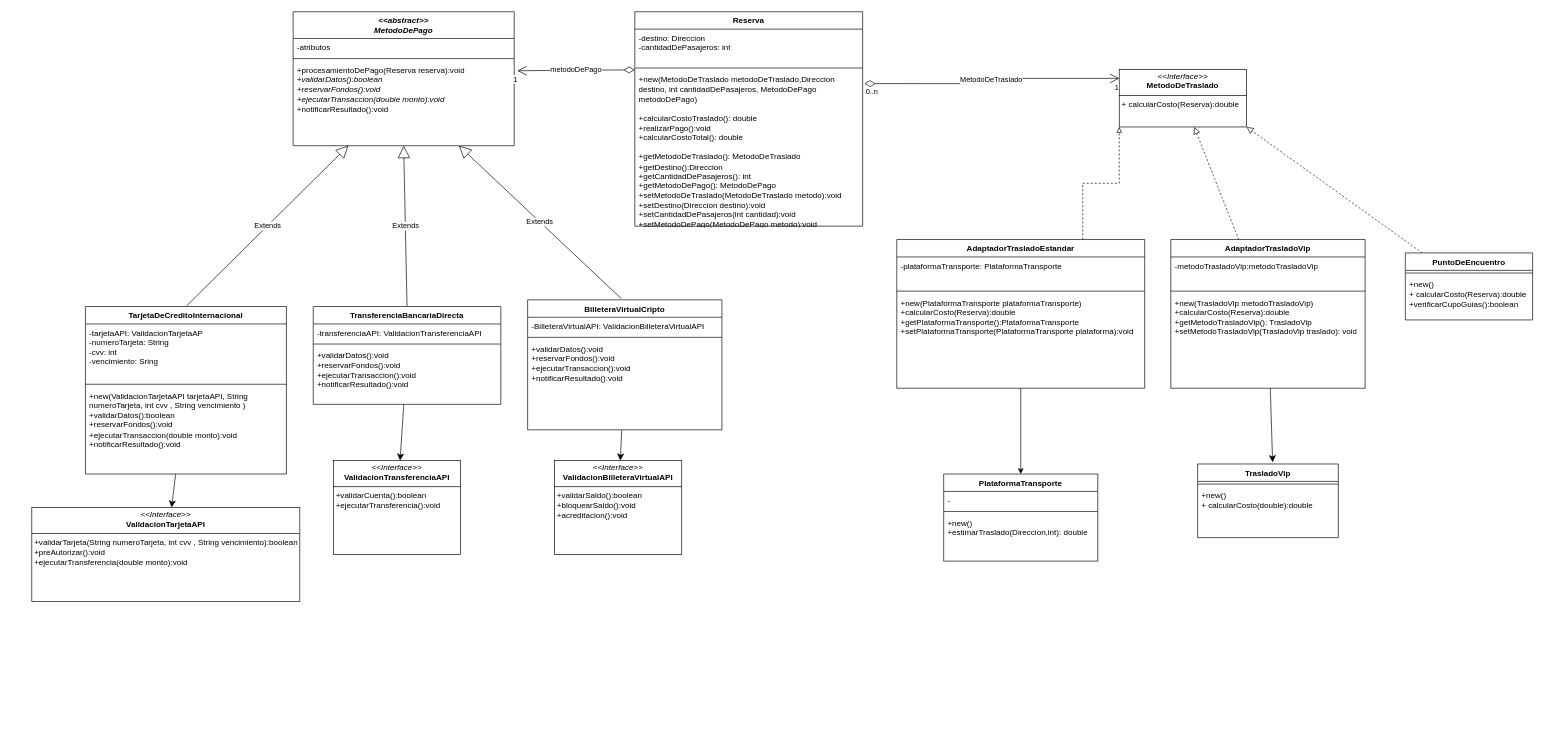
Above: trabajoIntegradorUML.drawio in camilaines-prog/unqui-po2-mela (draw.io), before the change. Source tidied: cells renumbered, new cells numbered last; positions are measured from the earlier drawing's top-left corner, leaving out a move shared by most shapes. Both pictures are drawn from the tidied source at 67%, with x=0, y=0 at pixel (31, 11).
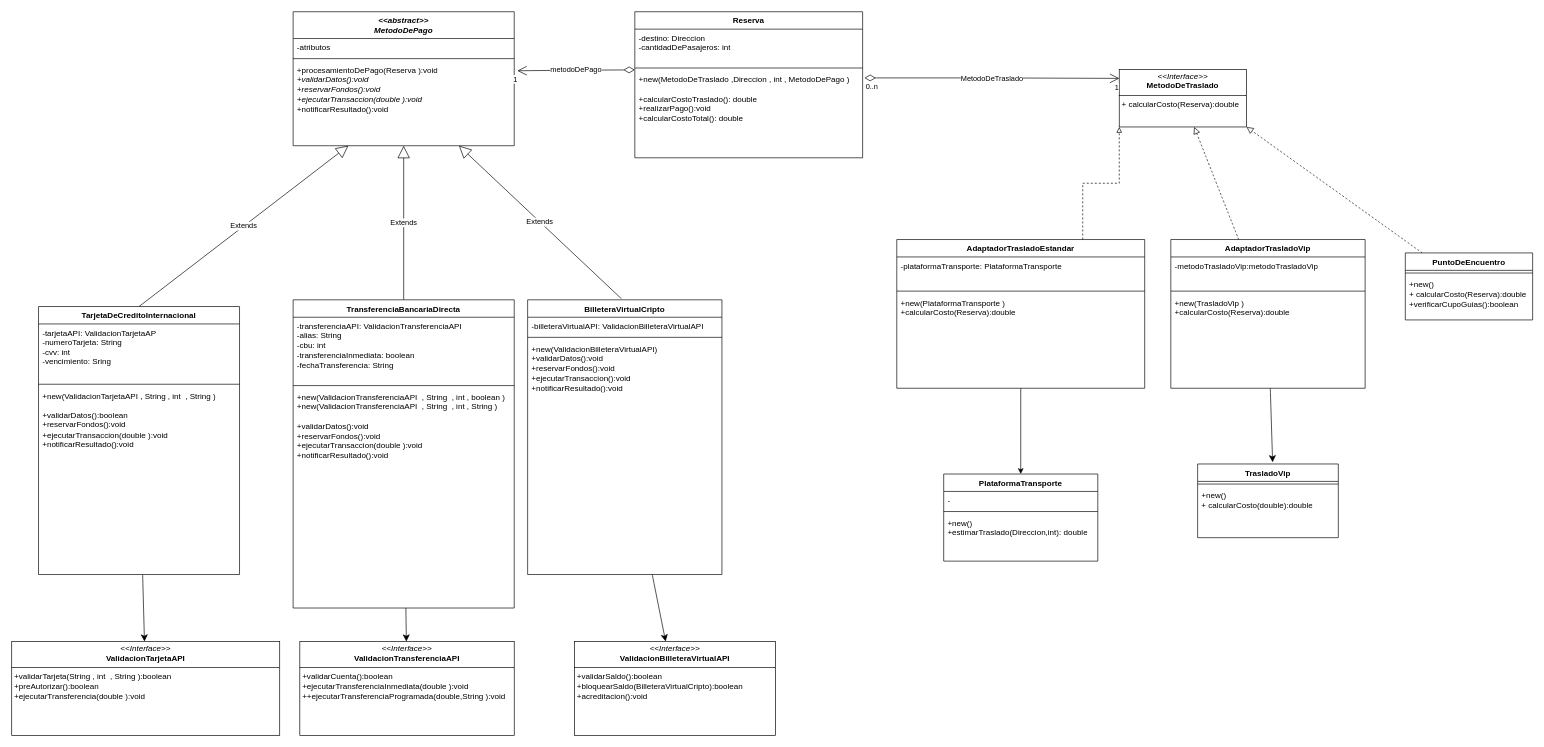
Above is the later version.

Unchanged cells that the change refers to:
```xml
<mxCell id="2" value="&lt;div&gt;&lt;i&gt;&amp;lt;&amp;lt;abstract&amp;gt;&amp;gt;&lt;/i&gt;&lt;/div&gt;&lt;i&gt;MetodoDePago&lt;/i&gt;" style="swimlane;fontStyle=1;align=center;verticalAlign=top;horizontal=1;startSize=40;whiteSpace=wrap;html=1;" parent="1" vertex="1">
  <mxGeometry x="390" width="330" height="200" as="geometry" />
</mxCell>
<mxCell id="41" value="AdaptadorTrasladoVip" style="swimlane;fontStyle=1;align=center;verticalAlign=top;horizontal=1;startSize=26;whiteSpace=wrap;html=1;" parent="1" vertex="1">
  <mxGeometry x="1700" y="340" width="290" height="222" as="geometry" />
</mxCell>
<mxCell id="51" value="AdaptadorTrasladoEstandar" style="swimlane;fontStyle=1;align=center;verticalAlign=top;horizontal=1;startSize=26;whiteSpace=wrap;html=1;" parent="1" vertex="1">
  <mxGeometry x="1291" y="340" width="370" height="222" as="geometry" />
</mxCell>
```

Diff of the diagram source:
```diff
@@
-    <mxCell id="5" value="+procesamientoDePago(Reserva reserva):void&lt;div&gt;&lt;i&gt;+validarDatos():boolean&lt;/i&gt;&lt;/div&gt;&lt;div&gt;&lt;i&gt;+reservarFondos():void&lt;/i&gt;&lt;/div&gt;&lt;div&gt;&lt;i&gt;+ejecutarTransaccion(double monto):void&lt;/i&gt;&lt;/div&gt;&lt;div&gt;+notificarResultado():void&lt;/div&gt;" style="text;strokeColor=none;fillColor=none;align=left;verticalAlign=top;spacingLeft=4;spacingRight=4;overflow=hidden;points=[[0,0.5],[1,0.5]];portConstraint=eastwest;whiteSpace=wrap;html=1;" parent="2" vertex="1">
+    <mxCell id="5" value="+procesamientoDePago(Reserva ):void&lt;div&gt;&lt;i&gt;+validarDatos():void&lt;/i&gt;&lt;/div&gt;&lt;div&gt;&lt;i&gt;+reservarFondos():void&lt;/i&gt;&lt;/div&gt;&lt;div&gt;&lt;i&gt;+ejecutarTransaccion(double ):void&lt;/i&gt;&lt;/div&gt;&lt;div&gt;+notificarResultado():void&lt;/div&gt;" style="text;strokeColor=none;fillColor=none;align=left;verticalAlign=top;spacingLeft=4;spacingRight=4;overflow=hidden;points=[[0,0.5],[1,0.5]];portConstraint=eastwest;whiteSpace=wrap;html=1;" parent="2" vertex="1">
       <mxGeometry y="74" width="330" height="126" as="geometry" />
     </mxCell>
-    <mxCell id="6" value="&lt;p style=&quot;margin:0px;margin-top:4px;text-align:center;&quot;&gt;&lt;i&gt;&amp;lt;&amp;lt;Interface&amp;gt;&amp;gt;&lt;/i&gt;&lt;br&gt;&lt;b&gt;ValidacionBilleteraVirtualAPI&lt;/b&gt;&lt;/p&gt;&lt;hr size=&quot;1&quot; style=&quot;border-style:solid;&quot;&gt;&lt;p style=&quot;margin:0px;margin-left:4px;&quot;&gt;+validarSaldo():boolean&lt;/p&gt;&lt;p style=&quot;margin:0px;margin-left:4px;&quot;&gt;+bloquearSaldo():void&lt;/p&gt;&lt;p style=&quot;margin:0px;margin-left:4px;&quot;&gt;+acreditacion():void&lt;/p&gt;" style="verticalAlign=top;align=left;overflow=fill;html=1;whiteSpace=wrap;" parent="1" vertex="1">
-      <mxGeometry x="780" y="670" width="190" height="140" as="geometry" />
+    <mxCell id="6" value="&lt;p style=&quot;margin:0px;margin-top:4px;text-align:center;&quot;&gt;&lt;i&gt;&amp;lt;&amp;lt;Interface&amp;gt;&amp;gt;&lt;/i&gt;&lt;br&gt;&lt;b&gt;ValidacionBilleteraVirtualAPI&lt;/b&gt;&lt;/p&gt;&lt;hr size=&quot;1&quot; style=&quot;border-style:solid;&quot;&gt;&lt;p style=&quot;margin:0px;margin-left:4px;&quot;&gt;+validarSaldo():boolean&lt;/p&gt;&lt;p style=&quot;margin:0px;margin-left:4px;&quot;&gt;+bloquearSaldo(BilleteraVirtualCripto):boolean&lt;/p&gt;&lt;p style=&quot;margin:0px;margin-left:4px;&quot;&gt;+acreditacion():void&lt;/p&gt;" style="verticalAlign=top;align=left;overflow=fill;html=1;whiteSpace=wrap;" parent="1" vertex="1">
+      <mxGeometry x="810" y="940" width="300" height="140" as="geometry" />
     </mxCell>
-    <mxCell id="7" value="&lt;p style=&quot;margin:0px;margin-top:4px;text-align:center;&quot;&gt;&lt;i&gt;&amp;lt;&amp;lt;Interface&amp;gt;&amp;gt;&lt;/i&gt;&lt;br&gt;&lt;b&gt;ValidacionTransferenciaAPI&lt;/b&gt;&lt;/p&gt;&lt;hr size=&quot;1&quot; style=&quot;border-style:solid;&quot;&gt;&lt;p style=&quot;margin:0px;margin-left:4px;&quot;&gt;+validarCuenta():boolean&lt;br&gt;&lt;/p&gt;&lt;p style=&quot;margin:0px;margin-left:4px;&quot;&gt;+ejecutarTransferencia():void&lt;/p&gt;" style="verticalAlign=top;align=left;overflow=fill;html=1;whiteSpace=wrap;" parent="1" vertex="1">
-      <mxGeometry x="450" y="670" width="190" height="140" as="geometry" />
+    <mxCell id="7" value="&lt;p style=&quot;margin:0px;margin-top:4px;text-align:center;&quot;&gt;&lt;i&gt;&amp;lt;&amp;lt;Interface&amp;gt;&amp;gt;&lt;/i&gt;&lt;br&gt;&lt;b&gt;ValidacionTransferenciaAPI&lt;/b&gt;&lt;/p&gt;&lt;hr size=&quot;1&quot; style=&quot;border-style:solid;&quot;&gt;&lt;p style=&quot;margin:0px;margin-left:4px;&quot;&gt;+validarCuenta():boolean&lt;br&gt;&lt;/p&gt;&lt;p style=&quot;margin:0px;margin-left:4px;&quot;&gt;+ejecutarTransferenciaInmediata(double ):void&lt;/p&gt;&lt;p style=&quot;margin:0px;margin-left:4px;&quot;&gt;+&lt;span style=&quot;background-color: transparent; color: light-dark(#000000, var(--ge-light-color, #ffffff));&quot;&gt;+ejecutarTransferenciaProgramada(double,String ):void&lt;/span&gt;&lt;/p&gt;" style="verticalAlign=top;align=left;overflow=fill;html=1;whiteSpace=wrap;" parent="1" vertex="1">
+      <mxGeometry x="400" y="940" width="320" height="140" as="geometry" />
     </mxCell>
-    <mxCell id="8" value="&lt;p style=&quot;margin:0px;margin-top:4px;text-align:center;&quot;&gt;&lt;i&gt;&amp;lt;&amp;lt;Interface&amp;gt;&amp;gt;&lt;/i&gt;&lt;br&gt;&lt;b&gt;ValidacionTarjetaAPI&lt;/b&gt;&lt;/p&gt;&lt;hr size=&quot;1&quot; style=&quot;border-style:solid;&quot;&gt;&lt;p style=&quot;margin:0px;margin-left:4px;&quot;&gt;+validarTarjeta(String numeroTarjeta, int cvv , String vencimiento):boolean&lt;/p&gt;&lt;p style=&quot;margin:0px;margin-left:4px;&quot;&gt;+preAutorizar():void&lt;/p&gt;&lt;p style=&quot;margin:0px;margin-left:4px;&quot;&gt;+ejecutarTransferencia(double monto):void&lt;/p&gt;" style="verticalAlign=top;align=left;overflow=fill;html=1;whiteSpace=wrap;" parent="1" vertex="1">
-      <mxGeometry y="740" width="400" height="140" as="geometry" />
+    <mxCell id="8" value="&lt;p style=&quot;margin:0px;margin-top:4px;text-align:center;&quot;&gt;&lt;i&gt;&amp;lt;&amp;lt;Interface&amp;gt;&amp;gt;&lt;/i&gt;&lt;br&gt;&lt;b&gt;ValidacionTarjetaAPI&lt;/b&gt;&lt;/p&gt;&lt;hr size=&quot;1&quot; style=&quot;border-style:solid;&quot;&gt;&lt;p style=&quot;margin:0px;margin-left:4px;&quot;&gt;+validarTarjeta(String , int&amp;nbsp; , String ):boolean&lt;/p&gt;&lt;p style=&quot;margin:0px;margin-left:4px;&quot;&gt;+preAutorizar():boolean&lt;/p&gt;&lt;p style=&quot;margin:0px;margin-left:4px;&quot;&gt;+ejecutarTransferencia(double ):void&lt;/p&gt;" style="verticalAlign=top;align=left;overflow=fill;html=1;whiteSpace=wrap;" parent="1" vertex="1">
+      <mxGeometry x="-30" y="940" width="400" height="140" as="geometry" />
     </mxCell>
@@
     <mxCell id="13" value="BilleteraVirtualCripto" style="swimlane;fontStyle=1;align=center;verticalAlign=top;horizontal=1;startSize=26;whiteSpace=wrap;html=1;" parent="1" vertex="1">
-      <mxGeometry x="740" y="430" width="290" height="194" as="geometry" />
+      <mxGeometry x="740" y="430" width="290" height="410" as="geometry" />
     </mxCell>
-    <mxCell id="14" value="-BilleteraVirtualAPI: ValidacionBilleteraVirtualAPI" style="text;strokeColor=none;fillColor=none;align=left;verticalAlign=top;spacingLeft=4;spacingRight=4;overflow=hidden;whiteSpace=wrap;html=1;" parent="13" vertex="1">
+    <mxCell id="14" value="-billeteraVirtualAPI: ValidacionBilleteraVirtualAPI" style="text;strokeColor=none;fillColor=none;align=left;verticalAlign=top;spacingLeft=4;spacingRight=4;overflow=hidden;whiteSpace=wrap;html=1;" parent="13" vertex="1">
       <mxGeometry y="26" width="290" height="26" as="geometry" />
     </mxCell>
@@
-    <mxCell id="16" value="&lt;div&gt;+validarDatos():void&lt;/div&gt;&lt;div&gt;+reservarFondos():void&lt;/div&gt;&lt;div&gt;+ejecutarTransaccion():void&lt;/div&gt;&lt;div&gt;+notificarResultado():void&lt;/div&gt;" style="text;strokeColor=none;fillColor=none;align=left;verticalAlign=top;spacingLeft=4;spacingRight=4;overflow=hidden;whiteSpace=wrap;html=1;" parent="13" vertex="1">
-      <mxGeometry y="60" width="290" height="134" as="geometry" />
+    <mxCell id="16" value="&lt;div&gt;+new(ValidacionBilleteraVirtualAPI)&lt;/div&gt;&lt;div&gt;+validarDatos():void&lt;/div&gt;&lt;div&gt;+reservarFondos():void&lt;/div&gt;&lt;div&gt;+ejecutarTransaccion():void&lt;/div&gt;&lt;div&gt;+notificarResultado():void&lt;/div&gt;" style="text;strokeColor=none;fillColor=none;align=left;verticalAlign=top;spacingLeft=4;spacingRight=4;overflow=hidden;whiteSpace=wrap;html=1;" parent="13" vertex="1">
+      <mxGeometry y="60" width="290" height="350" as="geometry" />
     </mxCell>
@@
     <mxCell id="18" value="TransferenciaBancariaDirecta" style="swimlane;fontStyle=1;align=center;verticalAlign=top;horizontal=1;startSize=26;whiteSpace=wrap;html=1;" parent="1" vertex="1">
-      <mxGeometry x="420" y="440" width="280" height="146" as="geometry" />
+      <mxGeometry x="390" y="430" width="330" height="460" as="geometry" />
     </mxCell>
-    <mxCell id="19" value="-transferenciaAPI: ValidacionTransferenciaAPI" style="text;strokeColor=none;fillColor=none;align=left;verticalAlign=top;spacingLeft=4;spacingRight=4;overflow=hidden;whiteSpace=wrap;html=1;" parent="18" vertex="1">
-      <mxGeometry y="26" width="280" height="26" as="geometry" />
+    <mxCell id="19" value="-transferenciaAPI: ValidacionTransferenciaAPI&lt;div&gt;-alias: String&lt;/div&gt;&lt;div&gt;-cbu: int&lt;/div&gt;&lt;div&gt;-transferenciaInmediata: boolean&lt;/div&gt;&lt;div&gt;-fechaTransferencia: String&lt;/div&gt;" style="text;strokeColor=none;fillColor=none;align=left;verticalAlign=top;spacingLeft=4;spacingRight=4;overflow=hidden;whiteSpace=wrap;html=1;" parent="18" vertex="1">
+      <mxGeometry y="26" width="330" height="98" as="geometry" />
     </mxCell>
     <mxCell id="20" style="line;strokeWidth=1;fillColor=none;align=left;verticalAlign=middle;spacingTop=-1;spacingLeft=3;spacingRight=3;labelPosition=right;strokeColor=inherit;labelPerimeter=1;" parent="18" vertex="1">
-      <mxGeometry y="52" width="280" height="8" as="geometry" />
+      <mxGeometry y="124" width="330" height="8" as="geometry" />
     </mxCell>
-    <mxCell id="21" value="&lt;div&gt;+validarDatos():void&lt;/div&gt;&lt;div&gt;+reservarFondos():void&lt;/div&gt;&lt;div&gt;+ejecutarTransaccion():void&lt;/div&gt;&lt;div&gt;+notificarResultado():void&lt;/div&gt;" style="text;strokeColor=none;fillColor=none;align=left;verticalAlign=top;spacingLeft=4;spacingRight=4;overflow=hidden;whiteSpace=wrap;html=1;" parent="18" vertex="1">
-      <mxGeometry y="60" width="280" height="86" as="geometry" />
+    <mxCell id="21" value="&lt;div&gt;+new(ValidacionTransferenciaAPI&amp;nbsp; , String&amp;nbsp; , int , boolean )&lt;/div&gt;&lt;div&gt;+new(ValidacionTransferenciaAPI&amp;nbsp; , String&amp;nbsp; , int , String )&lt;/div&gt;&lt;div&gt;&lt;br&gt;&lt;/div&gt;&lt;div&gt;+validarDatos():void&lt;/div&gt;&lt;div&gt;+reservarFondos():void&lt;/div&gt;&lt;div&gt;+ejecutarTransaccion(double ):void&lt;/div&gt;&lt;div&gt;+notificarResultado():void&lt;/div&gt;&lt;div&gt;&lt;br&gt;&lt;/div&gt;" style="text;strokeColor=none;fillColor=none;align=left;verticalAlign=top;spacingLeft=4;spacingRight=4;overflow=hidden;whiteSpace=wrap;html=1;" parent="18" vertex="1">
+      <mxGeometry y="132" width="330" height="328" as="geometry" />
     </mxCell>
@@
     <mxCell id="23" value="TarjetaDeCreditoInternacional" style="swimlane;fontStyle=1;align=center;verticalAlign=top;horizontal=1;startSize=26;whiteSpace=wrap;html=1;" parent="1" vertex="1">
-      <mxGeometry x="80" y="440" width="300" height="250" as="geometry" />
+      <mxGeometry x="10" y="440" width="300" height="400" as="geometry" />
     </mxCell>
@@
-    <mxCell id="26" value="&lt;div&gt;+new(ValidacionTarjetaAPI tarjetaAPI, String numeroTarjeta, int cvv , String vencimiento )&lt;/div&gt;&lt;div&gt;+validarDatos():boolean&lt;/div&gt;&lt;div&gt;+reservarFondos():void&lt;/div&gt;&lt;div&gt;+ejecutarTransaccion(double monto):void&lt;/div&gt;&lt;div&gt;+notificarResultado():void&lt;/div&gt;" style="text;strokeColor=none;fillColor=none;align=left;verticalAlign=top;spacingLeft=4;spacingRight=4;overflow=hidden;whiteSpace=wrap;html=1;" parent="23" vertex="1">
-      <mxGeometry y="120" width="300" height="130" as="geometry" />
+    <mxCell id="26" value="&lt;div&gt;+new(ValidacionTarjetaAPI , String , int&amp;nbsp; , String )&lt;/div&gt;&lt;div&gt;&lt;br&gt;&lt;/div&gt;&lt;div&gt;+validarDatos():boolean&lt;/div&gt;&lt;div&gt;+reservarFondos():void&lt;/div&gt;&lt;div&gt;+ejecutarTransaccion(double ):void&lt;/div&gt;&lt;div&gt;+notificarResultado():void&lt;/div&gt;" style="text;strokeColor=none;fillColor=none;align=left;verticalAlign=top;spacingLeft=4;spacingRight=4;overflow=hidden;whiteSpace=wrap;html=1;" parent="23" vertex="1">
+      <mxGeometry y="120" width="300" height="280" as="geometry" />
     </mxCell>
@@
     <mxCell id="34" value="Reserva" style="swimlane;fontStyle=1;align=center;verticalAlign=top;horizontal=1;startSize=26;whiteSpace=wrap;html=1;" parent="1" vertex="1">
-      <mxGeometry x="900" width="340" height="320" as="geometry" />
+      <mxGeometry x="900" width="340" height="218" as="geometry" />
     </mxCell>
@@
-    <mxCell id="37" value="&lt;div&gt;+new(MetodoDeTraslado metodoDeTraslado,Direccion destino, int cantidadDePasajeros, MetodoDePago metodoDePago)&lt;/div&gt;&lt;div&gt;&lt;br&gt;&lt;/div&gt;&lt;font face=&quot;Helvetica&quot;&gt;+calcularCostoTraslado(): double&lt;/font&gt;&lt;div&gt;+realizarPago():void&lt;/div&gt;&lt;div&gt;+calcularCostoTotal(): double&lt;/div&gt;&lt;div&gt;&lt;br&gt;&lt;div&gt;&lt;font face=&quot;Helvetica&quot;&gt;+getMetodoDeTraslado(): MetodoDeTraslado&lt;/font&gt;&lt;/div&gt;&lt;div&gt;&lt;font face=&quot;Helvetica&quot;&gt;+getDestino():Direccion&lt;/font&gt;&lt;/div&gt;&lt;div&gt;&lt;font face=&quot;Helvetica&quot;&gt;+getCantidadDePasajeros(): int&lt;/font&gt;&lt;/div&gt;&lt;div&gt;&lt;font face=&quot;Helvetica&quot;&gt;+getMetodoDePago(): MetodoDePago&lt;/font&gt;&lt;/div&gt;&lt;div&gt;&lt;font face=&quot;Helvetica&quot;&gt;+setMetodoDeTraslado(MetodoDeTraslado metodo):void&lt;/font&gt;&lt;/div&gt;&lt;div&gt;&lt;font face=&quot;Helvetica&quot;&gt;+setDestino(Direccion destino):void&lt;/font&gt;&lt;/div&gt;&lt;div&gt;&lt;font face=&quot;Helvetica&quot;&gt;+setCantidadDePasajeros(int cantidad):void&lt;/font&gt;&lt;/div&gt;&lt;div&gt;&lt;font face=&quot;Helvetica&quot;&gt;+setMetodoDePago(MetodoDePago metodo):void&lt;/font&gt;&lt;/div&gt;&lt;div&gt;&lt;font face=&quot;Helvetica&quot;&gt;&lt;br&gt;&lt;/font&gt;&lt;/div&gt;&lt;/div&gt;" style="text;strokeColor=none;fillColor=none;align=left;verticalAlign=top;spacingLeft=4;spacingRight=4;overflow=hidden;points=[[0,0.5],[1,0.5]];portConstraint=eastwest;whiteSpace=wrap;html=1;" parent="34" vertex="1">
-      <mxGeometry y="88" width="340" height="232" as="geometry" />
+    <mxCell id="37" value="&lt;div&gt;+new(MetodoDeTraslado ,Direccion , int , MetodoDePago )&lt;/div&gt;&lt;div&gt;&lt;br&gt;&lt;/div&gt;&lt;font face=&quot;Helvetica&quot;&gt;+calcularCostoTraslado(): double&lt;/font&gt;&lt;div&gt;+realizarPago():void&lt;/div&gt;&lt;div&gt;+calcularCostoTotal(): double&lt;/div&gt;&lt;div&gt;&lt;br&gt;&lt;div&gt;&lt;br&gt;&lt;/div&gt;&lt;div&gt;&lt;font face=&quot;Helvetica&quot;&gt;&lt;br&gt;&lt;/font&gt;&lt;/div&gt;&lt;/div&gt;" style="text;strokeColor=none;fillColor=none;align=left;verticalAlign=top;spacingLeft=4;spacingRight=4;overflow=hidden;points=[[0,0.5],[1,0.5]];portConstraint=eastwest;whiteSpace=wrap;html=1;" parent="34" vertex="1">
+      <mxGeometry y="88" width="340" height="130" as="geometry" />
     </mxCell>
@@
-    <mxCell id="44" value="&lt;div&gt;+new(TrasladoVip metodoTrasladoVip)&lt;/div&gt;+calcularCosto(Reserva):double&lt;div&gt;+getMetodoTrasladoVip(): TrasladoVip&lt;/div&gt;&lt;div&gt;+setMetodoTrasladoVip(TrasladoVip traslado): void&lt;/div&gt;" style="text;strokeColor=none;fillColor=none;align=left;verticalAlign=top;spacingLeft=4;spacingRight=4;overflow=hidden;whiteSpace=wrap;html=1;" parent="41" vertex="1">
+    <mxCell id="44" value="&lt;div&gt;+new(TrasladoVip )&lt;/div&gt;+calcularCosto(Reserva):double&lt;div&gt;&lt;br&gt;&lt;/div&gt;" style="text;strokeColor=none;fillColor=none;align=left;verticalAlign=top;spacingLeft=4;spacingRight=4;overflow=hidden;whiteSpace=wrap;html=1;" parent="41" vertex="1">
       <mxGeometry y="81" width="290" height="141" as="geometry" />
     </mxCell>
@@
-    <mxCell id="54" value="&lt;div&gt;+new(PlataformaTransporte plataformaTransporte)&lt;/div&gt;+calcularCosto(Reserva):double&lt;div&gt;+getPlataformaTransporte():PlataformaTransporte&lt;/div&gt;&lt;div&gt;+setPlataformaTransporte(PlataformaTransporte plataforma):void&lt;/div&gt;&lt;div&gt;&lt;br&gt;&lt;/div&gt;" style="text;strokeColor=none;fillColor=none;align=left;verticalAlign=top;spacingLeft=4;spacingRight=4;overflow=hidden;whiteSpace=wrap;html=1;" parent="51" vertex="1">
+    <mxCell id="54" value="&lt;div&gt;+new(PlataformaTransporte )&lt;/div&gt;+calcularCosto(Reserva):double&lt;div&gt;&lt;br&gt;&lt;/div&gt;&lt;div&gt;&lt;br&gt;&lt;/div&gt;" style="text;strokeColor=none;fillColor=none;align=left;verticalAlign=top;spacingLeft=4;spacingRight=4;overflow=hidden;whiteSpace=wrap;html=1;" parent="51" vertex="1">
       <mxGeometry y="81" width="370" height="141" as="geometry" />
     </mxCell>
```
